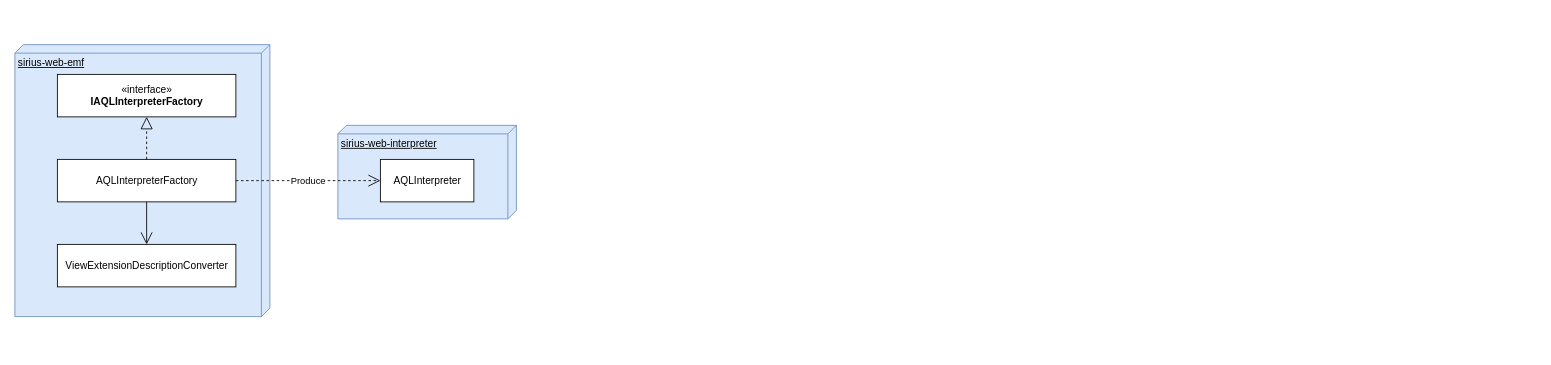
Earlier version of the draw.io diagram page "AQL_interpreter_dependancies" (2 of 2) of sirius_organisation.drawio (rbelafia/sirius-components). Source tidied: cells renumbered, new cells numbered last; positions are measured from the earlier drawing's top-left corner, leaving out a move shared by most shapes. Both pictures are drawn from the tidied source at 85%, with x=0, y=0 at pixel (14, 44).
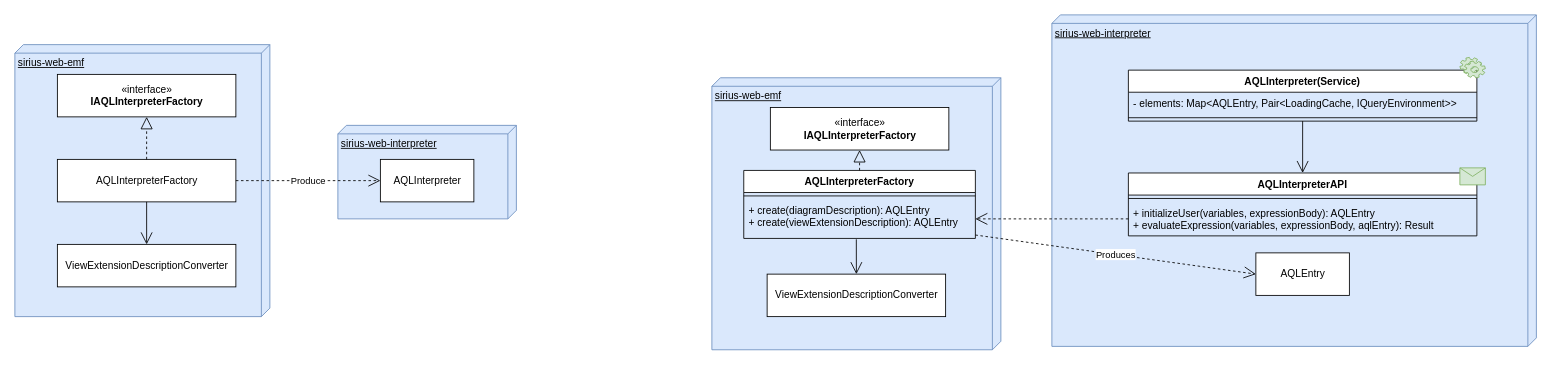
Above is the later version.

Commit message (it also covers changes not shown here):
Updated AQL Interpreter representation

What changed in the source:
```diff
@@
+    <mxCell id="11" value="sirius-web-interpreter" style="verticalAlign=top;align=left;spacingTop=8;spacingLeft=2;spacingRight=12;shape=cube;size=10;direction=south;fontStyle=4;html=1;fillColor=#dae8fc;strokeColor=#6c8ebf;" parent="1" vertex="1">
+      <mxGeometry x="1220" y="-35" width="570" height="390" as="geometry" />
+    </mxCell>
+    <mxCell id="12" value="sirius-web-emf" style="verticalAlign=top;align=left;spacingTop=8;spacingLeft=2;spacingRight=12;shape=cube;size=10;direction=south;fontStyle=4;html=1;fillColor=#dae8fc;strokeColor=#6c8ebf;" parent="1" vertex="1">
+      <mxGeometry x="820" y="39" width="340" height="320" as="geometry" />
+    </mxCell>
+    <mxCell id="13" value="«interface»&lt;br&gt;&lt;b&gt;IAQLInterpreterFactory&lt;/b&gt;" style="html=1;" parent="1" vertex="1">
+      <mxGeometry x="888.8" y="74" width="210" height="50" as="geometry" />
+    </mxCell>
+    <mxCell id="14" value="ViewExtensionDescriptionConverter" style="html=1;" parent="1" vertex="1">
+      <mxGeometry x="885" y="270" width="210" height="50" as="geometry" />
+    </mxCell>
+    <mxCell id="15" value="AQLInterpreterAPI" style="swimlane;fontStyle=1;align=center;verticalAlign=top;horizontal=1;startSize=26;" parent="1" vertex="1">
+      <mxGeometry x="1310" y="151" width="410" height="74" as="geometry" />
+    </mxCell>
+    <mxCell id="16" style="line;strokeWidth=1;fillColor=none;align=left;verticalAlign=middle;spacingTop=-1;spacingLeft=3;spacingRight=3;labelPosition=right;" parent="15" vertex="1">
+      <mxGeometry y="26" width="410" height="8" as="geometry" />
+    </mxCell>
+    <mxCell id="17" value="+ initializeUser(variables, expressionBody): AQLEntry&#10;+ evaluateExpression(variables, expressionBody, aqlEntry): Result" style="text;strokeColor=none;fillColor=none;align=left;verticalAlign=top;spacingLeft=4;spacingRight=4;overflow=hidden;points=[[0,0.5],[1,0.5]];portConstraint=eastwest;" parent="15" vertex="1">
+      <mxGeometry y="34" width="410" height="40" as="geometry" />
+    </mxCell>
+    <mxCell id="18" value="AQLInterpreter(Service)" style="swimlane;fontStyle=1;align=center;verticalAlign=top;horizontal=1;startSize=26;" parent="1" vertex="1">
+      <mxGeometry x="1310" y="30" width="410" height="60" as="geometry" />
+    </mxCell>
+    <mxCell id="19" value="- elements: Map&lt;AQLEntry, Pair&lt;LoadingCache, IQueryEnvironment&gt;&gt;" style="text;strokeColor=none;fillColor=none;align=left;verticalAlign=top;spacingLeft=4;spacingRight=4;overflow=hidden;" parent="18" vertex="1">
+      <mxGeometry y="26" width="410" height="26" as="geometry" />
+    </mxCell>
+    <mxCell id="20" style="line;strokeWidth=1;fillColor=none;align=left;verticalAlign=middle;spacingTop=-1;spacingLeft=3;spacingRight=3;labelPosition=right;" parent="18" vertex="1">
+      <mxGeometry y="52" width="410" height="8" as="geometry" />
+    </mxCell>
+    <mxCell id="21" style="endArrow=open;endFill=1;endSize=12;html=1;exitX=0.5;exitY=1;exitDx=0;exitDy=0;" parent="1" edge="1" source="18" target="15">
+      <mxGeometry relative="1" as="geometry" />
+    </mxCell>
+    <mxCell id="22" style="shape=message;html=1;whiteSpace=wrap;html=1;fillColor=#d5e8d4;strokeColor=#82b366;" parent="1" vertex="1">
+      <mxGeometry x="1700" y="145" width="30" height="20" as="geometry" />
+    </mxCell>
+    <mxCell id="23" style="shape=mxgraph.bpmn.service_task;html=1;fillColor=#d5e8d4;strokeColor=#82b366;" parent="1" vertex="1">
+      <mxGeometry x="1700" y="15" width="30" height="24" as="geometry" />
+    </mxCell>
+    <mxCell id="24" value="AQLEntry" style="html=1;" parent="1" vertex="1">
+      <mxGeometry x="1460" y="245" width="110" height="50" as="geometry" />
+    </mxCell>
+    <mxCell id="25" value="AQLInterpreterFactory" style="swimlane;fontStyle=1;align=center;verticalAlign=top;horizontal=1;startSize=26;" parent="1" vertex="1">
+      <mxGeometry x="857.5" y="148" width="272.5" height="80" as="geometry" />
+    </mxCell>
+    <mxCell id="26" style="line;strokeWidth=1;fillColor=none;align=left;verticalAlign=middle;spacingTop=-1;spacingLeft=3;spacingRight=3;labelPosition=right;" parent="25" vertex="1">
+      <mxGeometry y="26" width="272.5" height="8" as="geometry" />
+    </mxCell>
+    <mxCell id="27" value="+ create(diagramDescription): AQLEntry&#10;+ create(viewExtensionDescription): AQLEntry&#10;" style="text;strokeColor=none;fillColor=none;align=left;verticalAlign=top;spacingLeft=4;spacingRight=4;overflow=hidden;points=[[0,0.5],[1,0.5]];portConstraint=eastwest;" parent="25" vertex="1">
+      <mxGeometry y="34" width="272.5" height="46" as="geometry" />
+    </mxCell>
+    <mxCell id="28" style="endArrow=block;dashed=1;endFill=0;endSize=12;html=1;exitX=0.5;exitY=0;exitDx=0;exitDy=0;" parent="1" edge="1" source="25" target="13">
+      <mxGeometry relative="1" as="geometry" />
+    </mxCell>
+    <mxCell id="29" style="endArrow=open;endFill=1;endSize=12;html=1;exitX=0.486;exitY=1.022;exitDx=0;exitDy=0;exitPerimeter=0;entryX=0.5;entryY=0;entryDx=0;entryDy=0;" parent="1" edge="1" source="27" target="14">
+      <mxGeometry relative="1" as="geometry" />
+    </mxCell>
+    <mxCell id="30" style="endArrow=open;endFill=1;endSize=12;html=1;exitX=0;exitY=0.5;exitDx=0;exitDy=0;dashed=1;" parent="1" edge="1" source="17" target="27">
+      <mxGeometry relative="1" as="geometry" />
+    </mxCell>
+    <mxCell id="31" value="&lt;div&gt;Produces&lt;/div&gt;" style="endArrow=open;endSize=12;dashed=1;html=1;entryX=0;entryY=0.5;entryDx=0;entryDy=0;" parent="1" edge="1" source="27" target="24">
+      <mxGeometry relative="1" as="geometry" />
+    </mxCell>
```
